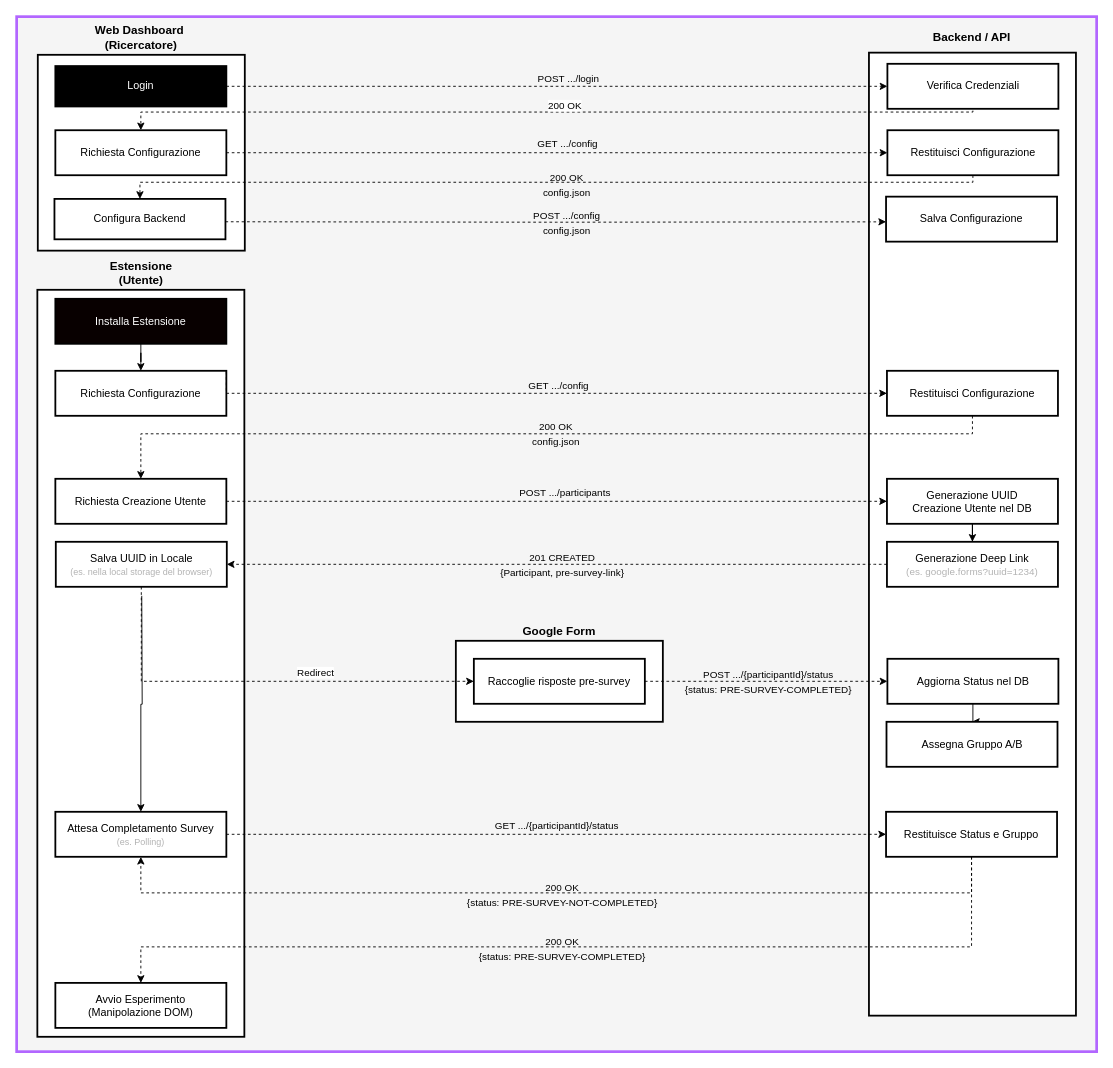
Above: diagrams/enrollment_flow.drawio in giamm025/iBEARer (draw.io), before the change. Source tidied: cells renumbered, new cells numbered last; positions are measured from the earlier drawing's top-left corner, leaving out a move shared by most shapes. Both pictures are drawn from the tidied source at 90%, with x=0, y=0 at pixel (16, 16).
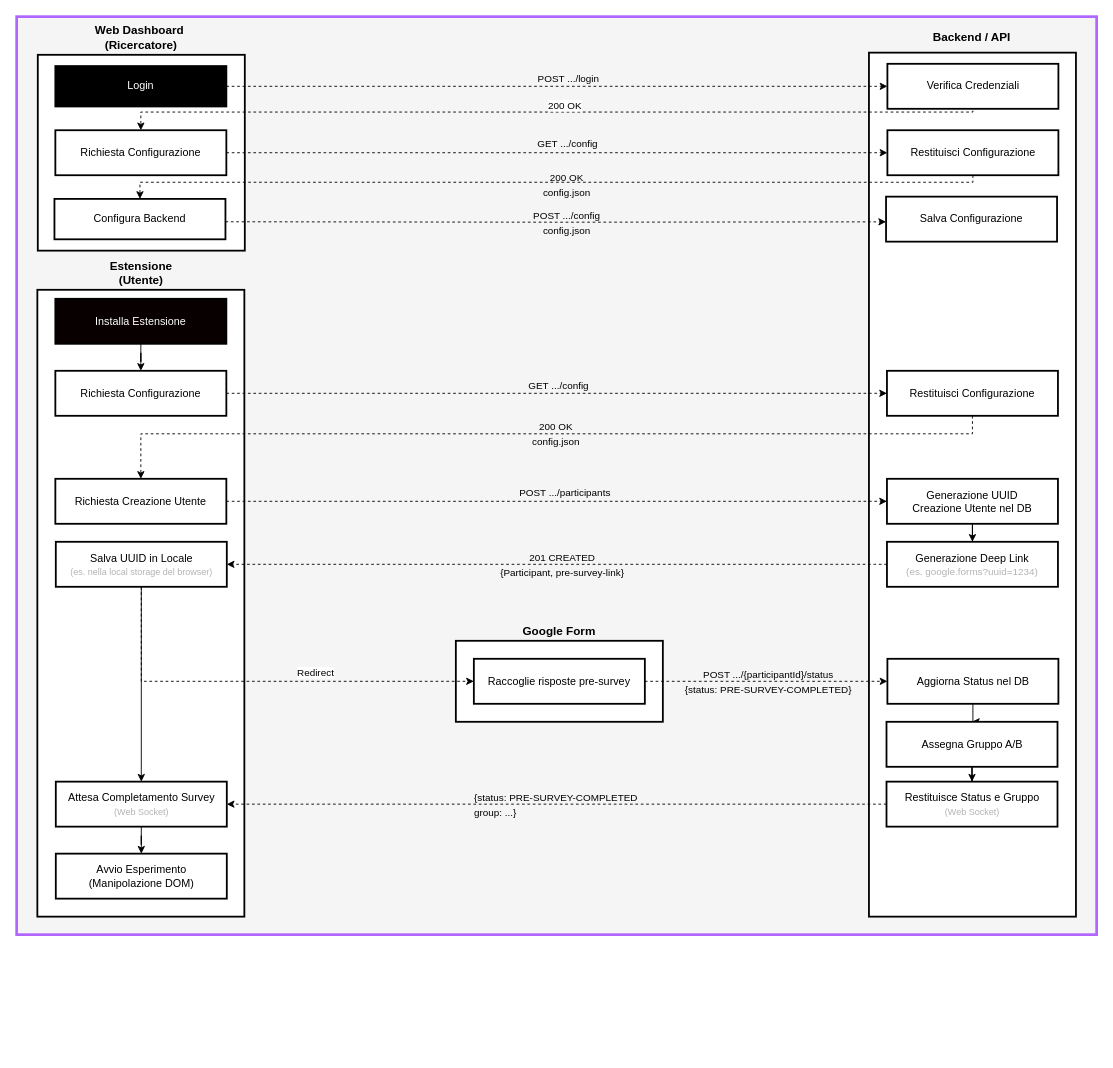
Above is the later version.

Commit message (it also covers changes not shown here):
DIAG: Modificati enrollment e deenrollment per riflettere l'uso delle Web Sockets piuttosto che del Polling

Unchanged cells that the change refers to:
```xml
<mxCell id="18" value="Salva UUID in Locale&lt;br&gt;&lt;font style=&quot;font-size: 10px; color: rgb(179, 179, 179);&quot;&gt;(es. nella local storage del browser)&lt;/font&gt;" style="whiteSpace=wrap;strokeWidth=2;html=1;" parent="1" vertex="1">
  <mxGeometry x="43.5" y="583.5" width="190" height="50" as="geometry" />
</mxCell>
<mxCell id="46" value="Assegna Gruppo A/B" style="whiteSpace=wrap;strokeWidth=2;" parent="1" vertex="1">
  <mxGeometry x="966.5" y="783.5" width="190" height="50" as="geometry" />
</mxCell>
```

Change to the diagram source:
```diff
@@
     <mxCell id="2" style="rounded=0;whiteSpace=wrap;html=1;fillColor=#f5f5f5;fontColor=#333333;strokeColor=#B266FF;strokeWidth=3;" parent="1" vertex="1">
-      <mxGeometry width="1200" height="1150" as="geometry" />
+      <mxGeometry width="1200" height="1020" as="geometry" />
     </mxCell>
@@
     <mxCell id="6" style="whiteSpace=wrap;strokeWidth=2;" parent="1" vertex="1">
-      <mxGeometry x="947" y="40" width="230" height="1070" as="geometry" />
+      <mxGeometry x="947" y="40" width="230" height="960" as="geometry" />
     </mxCell>
+    <mxCell id="63" style="edgeStyle=orthogonalEdgeStyle;rounded=0;jettySize=auto;html=1;entryX=0.5;entryY=0;entryDx=0;entryDy=0;" parent="1" edge="1" source="46" target="43">
+      <mxGeometry relative="1" as="geometry" />
+    </mxCell>
@@
     <mxCell id="12" style="whiteSpace=wrap;strokeWidth=2;" parent="1" vertex="1">
-      <mxGeometry x="23" y="303.5" width="230" height="830" as="geometry" />
+      <mxGeometry x="23" y="303.5" width="230" height="696.5" as="geometry" />
     </mxCell>
@@
-    <mxCell id="17" style="edgeStyle=orthogonalEdgeStyle;rounded=0;jettySize=auto;html=1;entryX=0.5;entryY=0;entryDx=0;entryDy=0;" parent="1" edge="1" target="19">
-      <mxGeometry relative="1" as="geometry">
-        <mxPoint x="139" y="643.5" as="sourcePoint" />
-      </mxGeometry>
+    <mxCell id="17" style="edgeStyle=orthogonalEdgeStyle;rounded=0;jettySize=auto;html=1;entryX=0.5;entryY=0;entryDx=0;entryDy=0;exitX=0.5;exitY=1;exitDx=0;exitDy=0;" parent="1" edge="1" source="18" target="19">
+      <mxGeometry relative="1" as="geometry" />
     </mxCell>
@@
+    <mxCell id="64" style="edgeStyle=orthogonalEdgeStyle;rounded=0;jettySize=auto;html=1;entryX=0.5;entryY=0;entryDx=0;entryDy=0;" parent="1" edge="1" source="19" target="20">
+      <mxGeometry relative="1" as="geometry" />
+    </mxCell>
-    <mxCell id="19" value="Attesa Completamento Survey&lt;br&gt;&lt;font style=&quot;font-size: 10px; color: rgb(179, 179, 179);&quot;&gt;(es. Polling)&lt;/font&gt;" style="whiteSpace=wrap;strokeWidth=2;html=1;" parent="1" vertex="1">
-      <mxGeometry x="43" y="883.5" width="190" height="50" as="geometry" />
+    <mxCell id="19" value="Attesa Completamento Survey&lt;br&gt;&lt;font style=&quot;font-size: 10px; color: rgb(179, 179, 179);&quot;&gt;(Web Socket)&lt;/font&gt;" style="whiteSpace=wrap;strokeWidth=2;html=1;" parent="1" vertex="1">
+      <mxGeometry x="43.5" y="850" width="190" height="50" as="geometry" />
     </mxCell>
     <mxCell id="20" value="Avvio Esperimento&#10;(Manipolazione DOM)" style="whiteSpace=wrap;strokeWidth=2;" parent="1" vertex="1">
-      <mxGeometry x="43" y="1073.6" width="190" height="50" as="geometry" />
+      <mxGeometry x="43.5" y="930" width="190" height="50" as="geometry" />
     </mxCell>
@@
-    <mxCell id="40" style="edgeStyle=orthogonalEdgeStyle;rounded=0;jettySize=auto;html=1;entryX=0.5;entryY=0;entryDx=0;entryDy=0;dashed=1;exitX=0.5;exitY=1;exitDx=0;exitDy=0;" parent="1" edge="1" source="43" target="20">
-      <mxGeometry relative="1" as="geometry">
-        <Array as="points">
-          <mxPoint x="1061" y="1033.6" />
-          <mxPoint x="138" y="1033.6" />
-        </Array>
-      </mxGeometry>
-    </mxCell>
-    <mxCell id="41" value="&lt;div style=&quot;text-align: left;&quot;&gt;&lt;br&gt;&lt;/div&gt;" style="edgeLabel;html=1;align=center;verticalAlign=middle;labelBackgroundColor=none;" parent="40" vertex="1">
-      <mxGeometry x="-0.58" relative="1" as="geometry">
-        <mxPoint x="-40" y="20" as="offset" />
-      </mxGeometry>
-    </mxCell>
-    <mxCell id="42" style="edgeStyle=orthogonalEdgeStyle;rounded=0;jettySize=auto;html=1;dashed=1;" parent="1" edge="1" source="43">
-      <mxGeometry relative="1" as="geometry">
-        <mxPoint x="138" y="933.6" as="targetPoint" />
-        <Array as="points">
-          <mxPoint x="1061" y="973.6" />
-          <mxPoint x="138" y="973.6" />
-        </Array>
-      </mxGeometry>
-    </mxCell>
+    <mxCell id="65" style="edgeStyle=orthogonalEdgeStyle;rounded=0;jettySize=auto;html=1;entryX=1;entryY=0.5;entryDx=0;entryDy=0;dashed=1;" parent="1" edge="1" source="43" target="19">
+      <mxGeometry relative="1" as="geometry" />
+    </mxCell>
-    <mxCell id="43" value="Restituisce Status e Gruppo" style="whiteSpace=wrap;strokeWidth=2;" parent="1" vertex="1">
-      <mxGeometry x="966" y="883.5" width="190" height="50" as="geometry" />
+    <mxCell id="43" value="Restituisce Status e Gruppo&lt;br&gt;&lt;font style=&quot;font-size: 10px; color: rgb(179, 179, 179);&quot;&gt;(Web Socket)&lt;/font&gt;" style="whiteSpace=wrap;strokeWidth=2;html=1;" parent="1" vertex="1">
+      <mxGeometry x="966.5" y="850" width="190" height="50" as="geometry" />
     </mxCell>
-    <mxCell id="44" style="edgeStyle=orthogonalEdgeStyle;rounded=0;jettySize=auto;html=1;entryX=0;entryY=0.5;entryDx=0;entryDy=0;dashed=1;" parent="1" edge="1" source="19" target="43">
-      <mxGeometry relative="1" as="geometry" />
-    </mxCell>
-    <mxCell id="45" value="&lt;span&gt;GET .../{participantId}/status&lt;/span&gt;" style="edgeLabel;html=1;align=center;verticalAlign=middle;labelBackgroundColor=none;" parent="44" vertex="1">
-      <mxGeometry x="-0.65" y="1" relative="1" as="geometry">
-        <mxPoint x="238" y="-9" as="offset" />
-      </mxGeometry>
-    </mxCell>
@@
-    <mxCell id="47" value="&lt;div style=&quot;line-height: 150%;&quot;&gt;200 OK&lt;/div&gt;&lt;div style=&quot;line-height: 150%;&quot;&gt;{status: PRE-SURVEY-COMPLETED}&lt;/div&gt;" style="edgeLabel;html=1;align=center;verticalAlign=middle;labelBackgroundColor=none;" parent="1" vertex="1">
-      <mxGeometry x="610" y="1039.6" as="geometry">
-        <mxPoint x="-5" y="-4" as="offset" />
-      </mxGeometry>
-    </mxCell>
-    <mxCell id="48" value="&lt;div style=&quot;line-height: 150%;&quot;&gt;200 OK&lt;br&gt;&lt;div style=&quot;text-align: left;&quot;&gt;{status: PRE-SURVEY-NOT-COMPLETED}&lt;/div&gt;&lt;/div&gt;" style="edgeLabel;html=1;align=center;verticalAlign=middle;labelBackgroundColor=none;" parent="1" vertex="1">
-      <mxGeometry x="610" y="979.6" as="geometry">
+    <mxCell id="48" value="&lt;div style=&quot;line-height: 150%;&quot;&gt;&lt;div style=&quot;text-align: left;&quot;&gt;{status: PRE-SURVEY-COMPLETED&lt;/div&gt;&lt;div style=&quot;text-align: left;&quot;&gt;group: ...}&lt;/div&gt;&lt;/div&gt;" style="edgeLabel;html=1;align=center;verticalAlign=middle;labelBackgroundColor=none;" parent="1" vertex="1">
+      <mxGeometry x="603" y="879" as="geometry">
         <mxPoint x="-5" y="-4" as="offset" />
       </mxGeometry>
     </mxCell>
```
